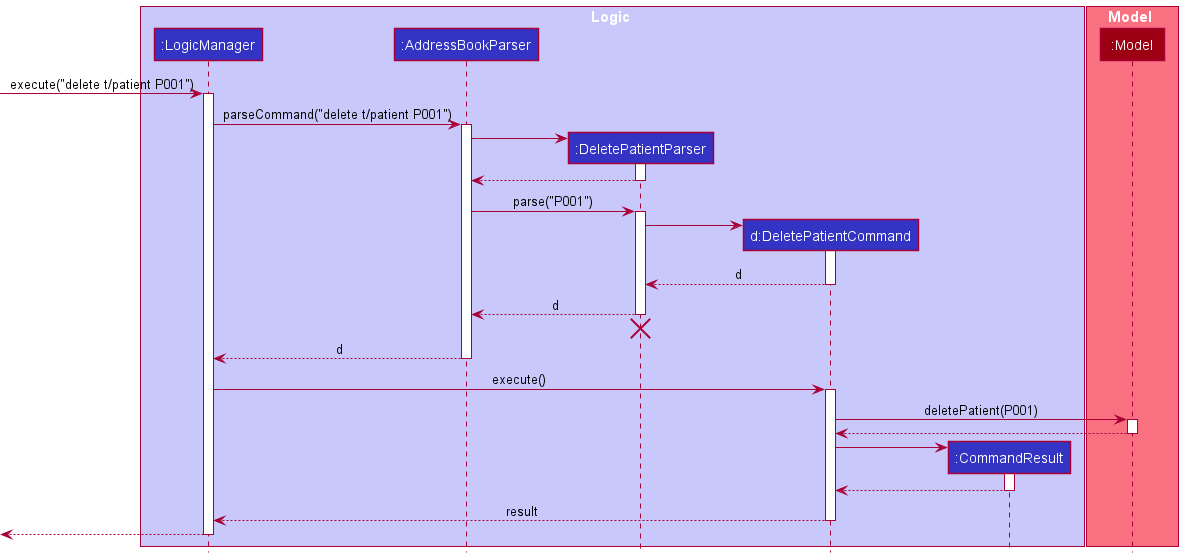
Before: docs/images/DeleteSequenceDiagram.png, a diagram exported from PlantUML (simonjulianl/tp).
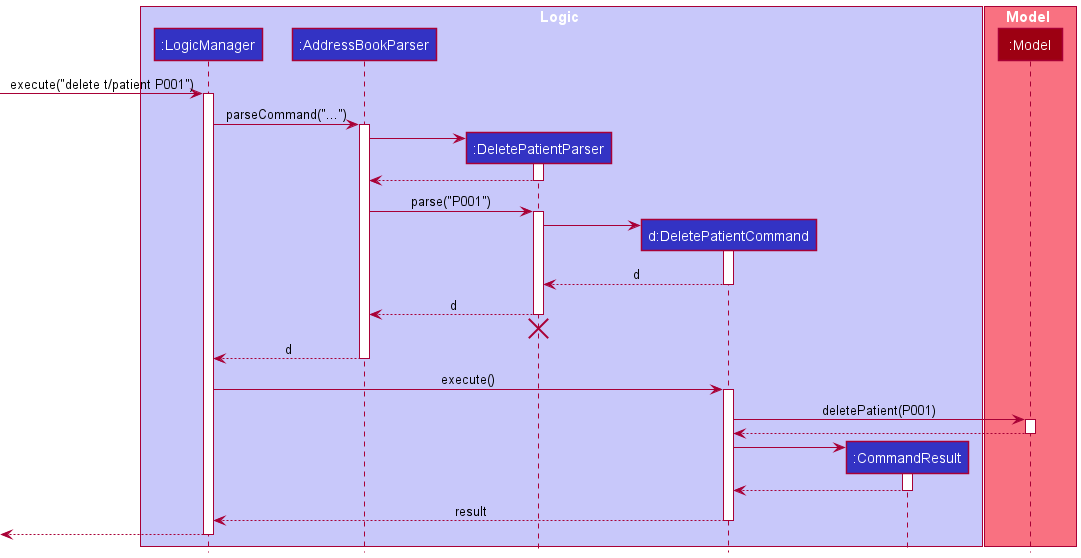
Above is the later version.

The edit, as a diff of the source:
```diff
@@ -16,7 +16,7 @@
 [-> LogicManager : execute("delete t/patient P001")
 activate LogicManager
 
-LogicManager -> AddressBookParser : parseCommand("delete t/patient P001")
+LogicManager -> AddressBookParser : parseCommand("...")
 activate AddressBookParser
 
 create DeletePatientParser
```
